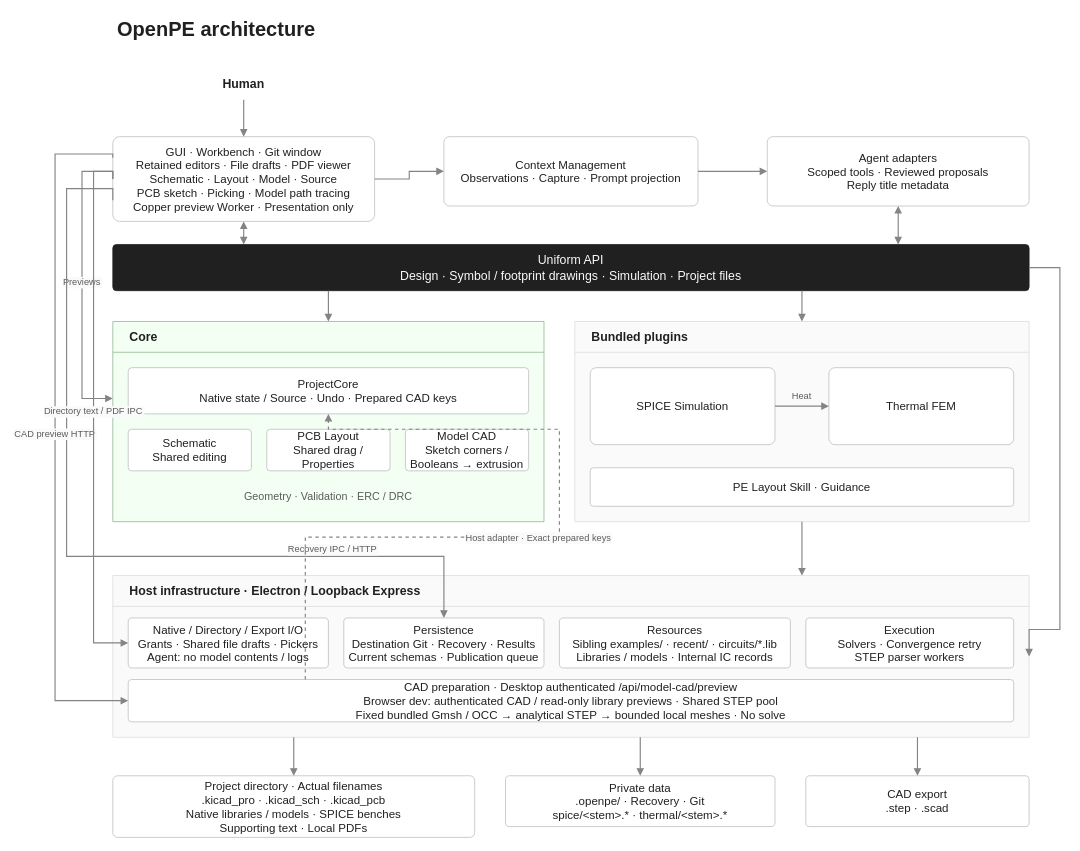
Above: assets/architecture.drawio in Open-Power-Electronics/OpenPE (draw.io), before the change. Source tidied: cells renumbered, new cells numbered last; positions are measured from the earlier drawing's top-left corner, leaving out a move shared by most shapes. Both pictures are drawn from the tidied source at 77%, with x=0, y=0 at pixel (55, 13).
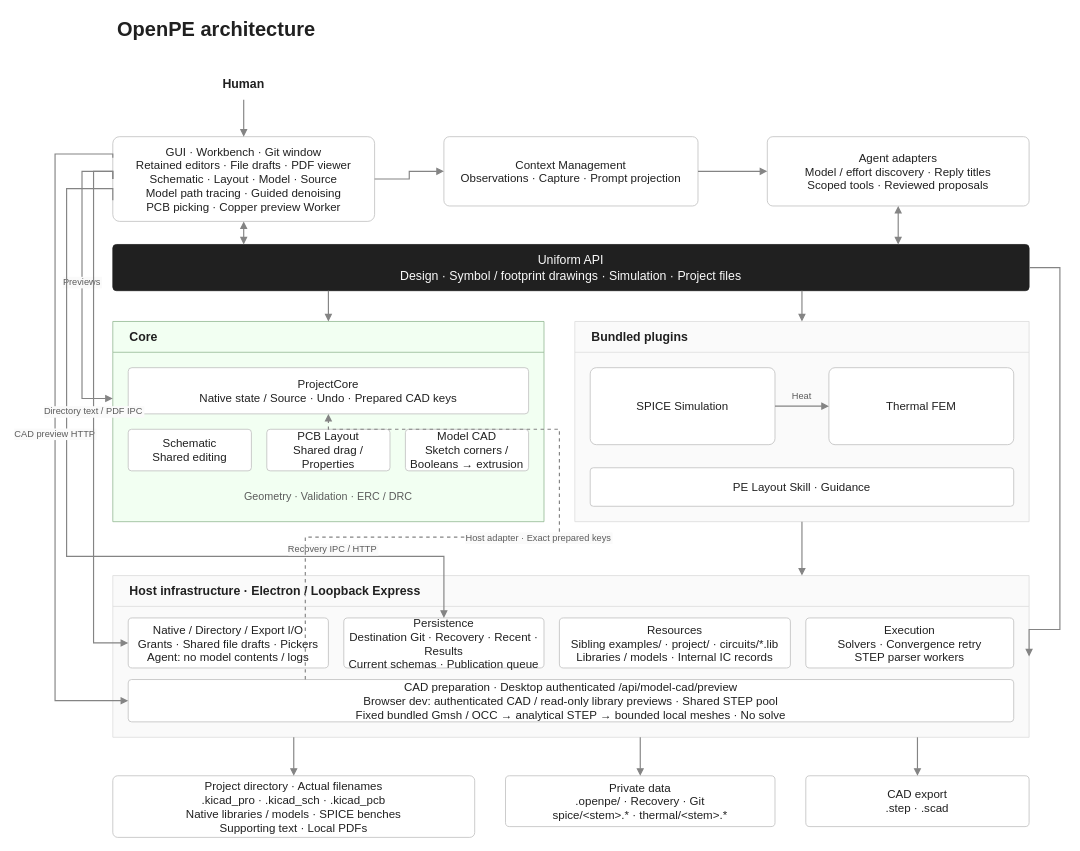
The same page after the edit.

Unchanged cells that the change refers to:
```xml
<mxCell id="18" value="Host infrastructure · Electron / Loopback Express" style="swimlane;html=0;whiteSpace=wrap;fontFamily=Arial;fontSize=16;fontColor=#202020;fillColor=#fafafa;strokeColor=#dbdbdb;strokeWidth=1;shadow=0;arcSize=8;fontStyle=1;align=left;verticalAlign=middle;horizontal=1;startSize=40;swimlaneFillColor=#fafafa;spacingLeft=20;" parent="1" vertex="1">
  <mxGeometry x="75" y="730" width="1190" height="210" as="geometry" />
</mxCell>
```

What changed in the source:
```diff
@@
-    <mxCell id="4" value="GUI · Workbench · Git window&#10;Retained editors · File drafts · PDF viewer&#10;Schematic · Layout · Model · Source&#10;PCB sketch · Picking · Model path tracing&#10;Copper preview Worker · Presentation only" style="rounded=1;html=0;whiteSpace=wrap;fontFamily=Arial;fontSize=15;fontColor=#202020;fillColor=#ffffff;strokeColor=#bdbdbd;strokeWidth=1;shadow=0;arcSize=8;fontStyle=0;align=center;verticalAlign=middle;spacing=6;" parent="1" vertex="1">
+    <mxCell id="4" value="GUI · Workbench · Git window&#10;Retained editors · File drafts · PDF viewer&#10;Schematic · Layout · Model · Source&#10;Model path tracing · Guided denoising&#10;PCB picking · Copper preview Worker" style="rounded=1;html=0;whiteSpace=wrap;fontFamily=Arial;fontSize=15;fontColor=#202020;fillColor=#ffffff;strokeColor=#bdbdbd;strokeWidth=1;shadow=0;arcSize=8;fontStyle=0;align=center;verticalAlign=middle;spacing=6;" parent="1" vertex="1">
       <mxGeometry x="75" y="160" width="340" height="110" as="geometry" />
     </mxCell>
@@
-    <mxCell id="6" value="Agent adapters&#10;Scoped tools · Reviewed proposals&#10;Reply title metadata" style="rounded=1;html=0;whiteSpace=wrap;fontFamily=Arial;fontSize=15;fontColor=#202020;fillColor=#ffffff;strokeColor=#bdbdbd;strokeWidth=1;shadow=0;arcSize=8;fontStyle=0;align=center;verticalAlign=middle;spacing=6;" parent="1" vertex="1">
+    <mxCell id="6" value="Agent adapters&#10;Model / effort discovery · Reply titles&#10;Scoped tools · Reviewed proposals" style="rounded=1;html=0;whiteSpace=wrap;fontFamily=Arial;fontSize=15;fontColor=#202020;fillColor=#ffffff;strokeColor=#bdbdbd;strokeWidth=1;shadow=0;arcSize=8;fontStyle=0;align=center;verticalAlign=middle;spacing=6;" parent="1" vertex="1">
       <mxGeometry x="925" y="160" width="340" height="90" as="geometry" />
     </mxCell>
@@
-    <mxCell id="20" value="Persistence&#10;Destination Git · Recovery · Results&#10;Current schemas · Publication queue" style="rounded=1;html=0;whiteSpace=wrap;fontFamily=Arial;fontSize=15;fontColor=#202020;fillColor=#ffffff;strokeColor=#bdbdbd;strokeWidth=1;shadow=0;arcSize=8;fontStyle=0;align=center;verticalAlign=middle;spacing=6;" parent="18" vertex="1">
+    <mxCell id="20" value="Persistence&#10;Destination Git · Recovery · Recent · Results&#10;Current schemas · Publication queue" style="rounded=1;html=0;whiteSpace=wrap;fontFamily=Arial;fontSize=15;fontColor=#202020;fillColor=#ffffff;strokeColor=#bdbdbd;strokeWidth=1;shadow=0;arcSize=8;fontStyle=0;align=center;verticalAlign=middle;spacing=6;" parent="18" vertex="1">
       <mxGeometry x="300" y="55" width="260" height="65" as="geometry" />
     </mxCell>
-    <mxCell id="21" value="Resources&#10;Sibling examples/ · recent/ · circuits/*.lib&#10;Libraries / models · Internal IC records" style="rounded=1;html=0;whiteSpace=wrap;fontFamily=Arial;fontSize=15;fontColor=#202020;fillColor=#ffffff;strokeColor=#bdbdbd;strokeWidth=1;shadow=0;arcSize=8;fontStyle=0;align=center;verticalAlign=middle;spacing=6;" parent="18" vertex="1">
+    <mxCell id="21" value="Resources&#10;Sibling examples/ · project/ · circuits/*.lib&#10;Libraries / models · Internal IC records" style="rounded=1;html=0;whiteSpace=wrap;fontFamily=Arial;fontSize=15;fontColor=#202020;fillColor=#ffffff;strokeColor=#bdbdbd;strokeWidth=1;shadow=0;arcSize=8;fontStyle=0;align=center;verticalAlign=middle;spacing=6;" parent="18" vertex="1">
       <mxGeometry x="580" y="55" width="300" height="65" as="geometry" />
     </mxCell>
```
